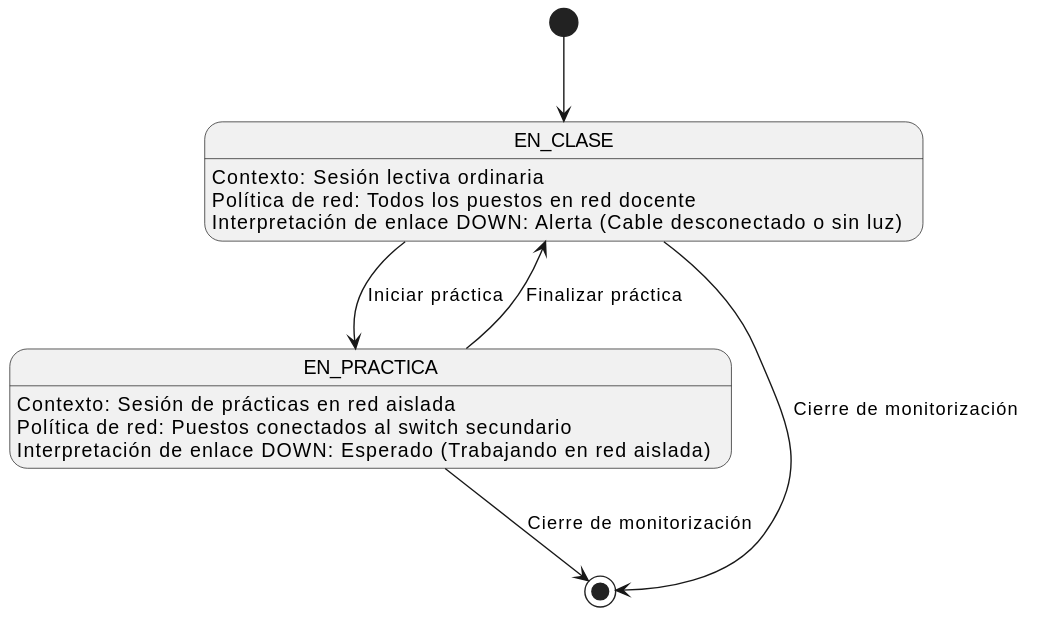
Carlos-Lima2510/mesh-panel keeps this PlantUML diagram as images/00-modelo-del-dominio/diagrama-estados/diagrama-estados-laboratorio.svg. Above is the earlier version.
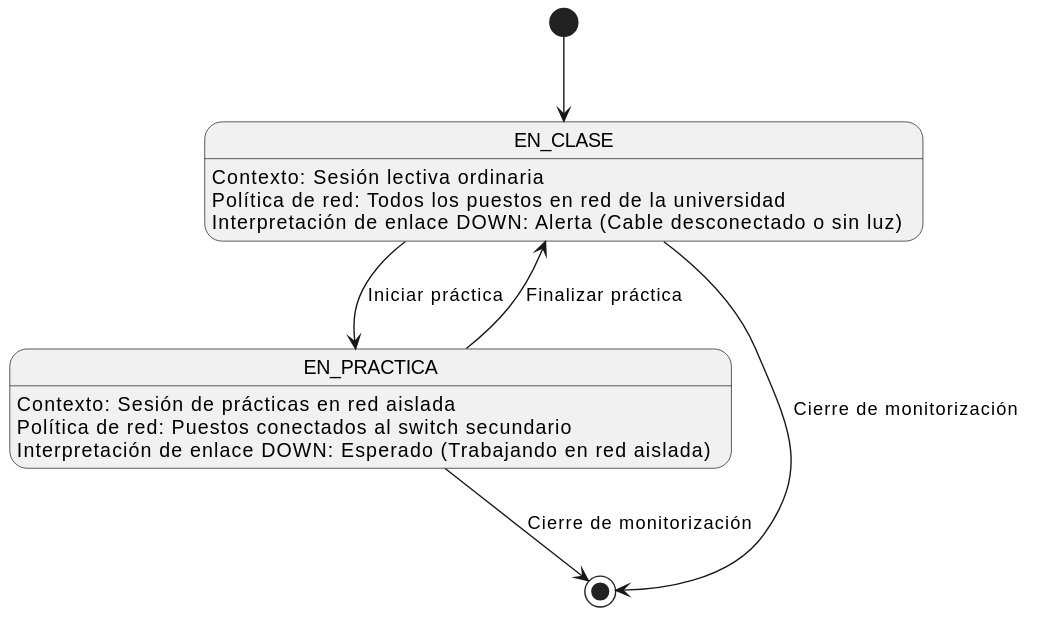
The same file after the commit.

Commit message:
Update state diagram for laboratory: modify network policy description and adjust text lengths for clarity

Change to the diagram source:
```diff
@@ -3,7 +3,7 @@
 
 state EN_CLASE {
     EN_CLASE : Contexto: Sesión lectiva ordinaria
-    EN_CLASE : Política de red: Todos los puestos en red docente
+    EN_CLASE : Política de red: Todos los puestos en red de la universidad
     EN_CLASE : Interpretación de enlace DOWN: Alerta (Cable desconectado o sin luz)
 }
 
```
